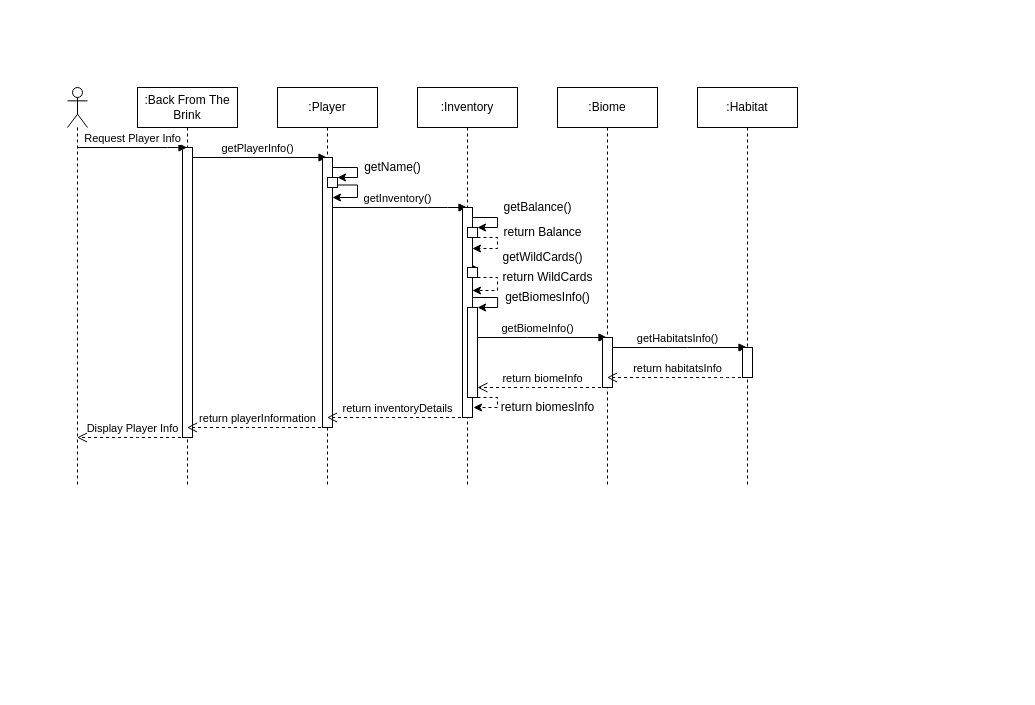
Before: Documentation/Sequence Diagrams/View Player Information SD (draft).drawio in cmcgarry5/csc2058-2021-g25, a draw.io diagram. Source tidied: cells renumbered, new cells numbered last; positions are measured from the earlier drawing's top-left corner, leaving out a move shared by most shapes. Both pictures are drawn from the tidied source at 100%, with x=0, y=0 at pixel (67, 87).
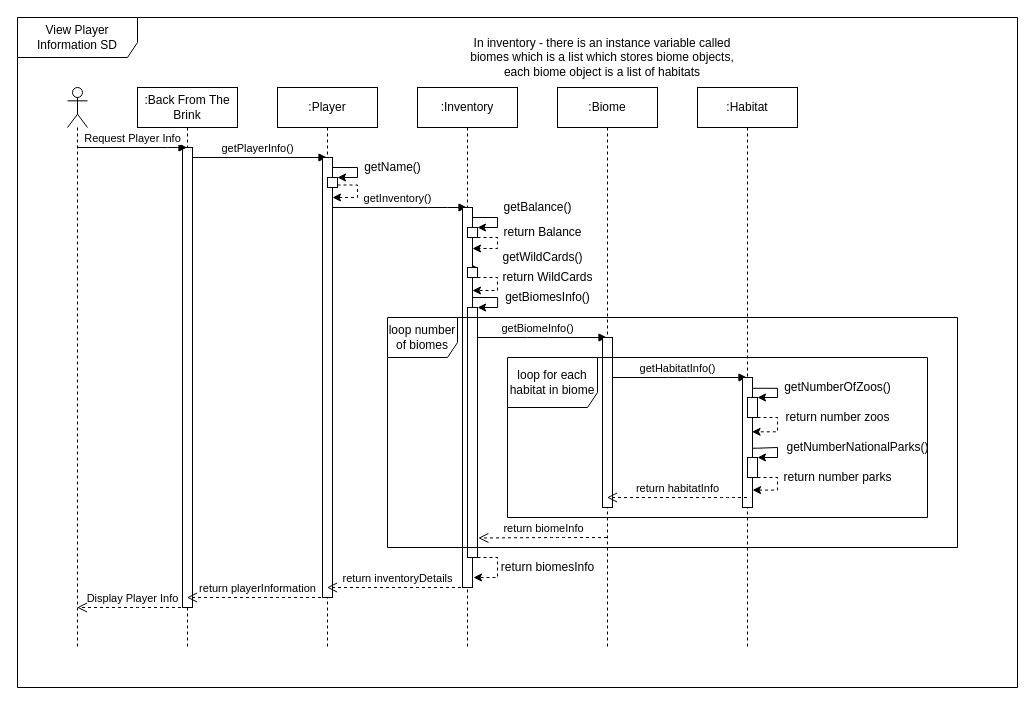
Above is the later version.

Unchanged cells that the change refers to:
```xml
<mxCell id="21" style="rounded=0;whiteSpace=wrap;html=1;" parent="1" vertex="1">
  <mxGeometry x="260" y="90" width="10" height="10" as="geometry" />
</mxCell>
```

Change to the diagram source:
```diff
@@
-    <mxCell id="4" value="getHabitatsInfo()" style="html=1;verticalAlign=bottom;endArrow=block;" parent="1" edge="1" source="32" target="34">
+    <mxCell id="4" value="getHabitatInfo()" style="html=1;verticalAlign=bottom;endArrow=block;" parent="1" edge="1" source="32" target="34">
       <mxGeometry relative="1" as="geometry">
         <Array as="points">
-          <mxPoint x="610" y="260" />
+          <mxPoint x="610" y="290" />
         </Array>
       </mxGeometry>
     </mxCell>
@@
     <mxCell id="8" style="shape=umlLifeline;participant=umlActor;perimeter=lifelinePerimeter;whiteSpace=wrap;html=1;verticalAlign=top;spacingTop=36;outlineConnect=0;" parent="1" vertex="1">
-      <mxGeometry width="20" height="400" as="geometry" />
+      <mxGeometry width="20" height="560" as="geometry" />
     </mxCell>
     <mxCell id="9" value=":Back From The Brink" style="shape=umlLifeline;perimeter=lifelinePerimeter;whiteSpace=wrap;html=1;outlineConnect=0;" parent="1" vertex="1">
-      <mxGeometry x="70" width="100" height="400" as="geometry" />
+      <mxGeometry x="70" width="100" height="560" as="geometry" />
     </mxCell>
     <mxCell id="10" style="rounded=0;whiteSpace=wrap;html=1;" parent="9" vertex="1">
-      <mxGeometry x="45" y="60" width="10" height="290" as="geometry" />
+      <mxGeometry x="45" y="60" width="10" height="460" as="geometry" />
     </mxCell>
     <mxCell id="11" value=":Player" style="shape=umlLifeline;perimeter=lifelinePerimeter;whiteSpace=wrap;html=1;outlineConnect=0;" parent="1" vertex="1">
-      <mxGeometry x="210" width="100" height="400" as="geometry" />
+      <mxGeometry x="210" width="100" height="560" as="geometry" />
     </mxCell>
     <mxCell id="12" style="rounded=0;whiteSpace=wrap;html=1;" parent="11" vertex="1">
-      <mxGeometry x="45" y="70" width="10" height="270" as="geometry" />
+      <mxGeometry x="45" y="70" width="10" height="440" as="geometry" />
     </mxCell>
     <mxCell id="13" value=":Inventory" style="shape=umlLifeline;perimeter=lifelinePerimeter;whiteSpace=wrap;html=1;outlineConnect=0;" parent="1" vertex="1">
-      <mxGeometry x="350" width="100" height="400" as="geometry" />
+      <mxGeometry x="350" width="100" height="560" as="geometry" />
     </mxCell>
     <mxCell id="14" style="rounded=0;whiteSpace=wrap;html=1;" parent="13" vertex="1">
-      <mxGeometry x="45" y="120" width="10" height="210" as="geometry" />
+      <mxGeometry x="45" y="120" width="10" height="380" as="geometry" />
     </mxCell>
@@
     <mxCell id="17" style="rounded=0;whiteSpace=wrap;html=1;" parent="13" vertex="1">
-      <mxGeometry x="50" y="220" width="10" height="90" as="geometry" />
+      <mxGeometry x="50" y="220" width="10" height="250" as="geometry" />
     </mxCell>
     <mxCell id="18" style="endArrow=classic;html=1;exitX=1;exitY=1;exitDx=0;exitDy=0;edgeStyle=orthogonalEdgeStyle;startArrow=none;startFill=0;rounded=0;dashed=1;" parent="13" edge="1" source="17">
       <mxGeometry relative="1" as="geometry">
-        <mxPoint x="56" y="320" as="targetPoint" />
+        <mxPoint x="56" y="490" as="targetPoint" />
         <Array as="points">
-          <mxPoint x="80" y="310" />
-          <mxPoint x="80" y="320" />
-          <mxPoint x="56" y="320" />
+          <mxPoint x="80" y="470" />
+          <mxPoint x="80" y="490" />
+          <mxPoint x="56" y="490" />
         </Array>
       </mxGeometry>
     </mxCell>
@@
-    <mxCell id="20" style="edgeStyle=orthogonalEdgeStyle;rounded=0;jettySize=auto;html=1;exitX=1;exitY=0.75;exitDx=0;exitDy=0;" parent="1" edge="1" source="21">
+    <mxCell id="20" style="edgeStyle=orthogonalEdgeStyle;rounded=0;jettySize=auto;html=1;exitX=1;exitY=0.75;exitDx=0;exitDy=0;dashed=1;" parent="1" edge="1" source="21">
       <mxGeometry relative="1" as="geometry">
         <mxPoint x="265" y="110" as="targetPoint" />
         <Array as="points">
           <mxPoint x="290" y="97" />
           <mxPoint x="290" y="110" />
         </Array>
       </mxGeometry>
     </mxCell>
@@
     <mxCell id="32" value=":Biome" style="shape=umlLifeline;perimeter=lifelinePerimeter;whiteSpace=wrap;html=1;outlineConnect=0;" parent="1" vertex="1">
-      <mxGeometry x="490" width="100" height="400" as="geometry" />
+      <mxGeometry x="490" width="100" height="560" as="geometry" />
     </mxCell>
     <mxCell id="33" style="rounded=0;whiteSpace=wrap;html=1;" parent="32" vertex="1">
-      <mxGeometry x="45" y="250" width="10" height="50" as="geometry" />
+      <mxGeometry x="45" y="250" width="10" height="170" as="geometry" />
     </mxCell>
     <mxCell id="34" value=":Habitat" style="shape=umlLifeline;perimeter=lifelinePerimeter;whiteSpace=wrap;html=1;outlineConnect=0;" parent="1" vertex="1">
-      <mxGeometry x="630" width="100" height="400" as="geometry" />
+      <mxGeometry x="630" width="100" height="560" as="geometry" />
     </mxCell>
+    <mxCell id="42" style="edgeStyle=orthogonalEdgeStyle;rounded=0;jettySize=auto;html=1;exitX=1.033;exitY=0.083;exitDx=0;exitDy=0;entryX=1;entryY=0;entryDx=0;entryDy=0;exitPerimeter=0;" parent="34" edge="1" source="35" target="44">
+      <mxGeometry relative="1" as="geometry">
+        <Array as="points">
+          <mxPoint x="80" y="301" />
+          <mxPoint x="80" y="310" />
+        </Array>
+      </mxGeometry>
+    </mxCell>
     <mxCell id="35" style="rounded=0;whiteSpace=wrap;html=1;" parent="34" vertex="1">
-      <mxGeometry x="45" y="260" width="10" height="30" as="geometry" />
+      <mxGeometry x="45" y="290" width="10" height="130" as="geometry" />
     </mxCell>
+    <mxCell id="43" style="edgeStyle=orthogonalEdgeStyle;rounded=0;jettySize=auto;html=1;exitX=1;exitY=1;exitDx=0;exitDy=0;entryX=0.957;entryY=0.418;entryDx=0;entryDy=0;entryPerimeter=0;dashed=1;" parent="34" edge="1" source="44" target="35">
+      <mxGeometry relative="1" as="geometry">
+        <Array as="points">
+          <mxPoint x="80" y="330" />
+          <mxPoint x="80" y="344" />
+          <mxPoint x="55" y="344" />
+        </Array>
+      </mxGeometry>
+    </mxCell>
+    <mxCell id="44" style="rounded=0;whiteSpace=wrap;html=1;" parent="34" vertex="1">
+      <mxGeometry x="50" y="310" width="10" height="20" as="geometry" />
+    </mxCell>
+    <mxCell id="45" style="edgeStyle=orthogonalEdgeStyle;rounded=0;jettySize=auto;html=1;exitX=1;exitY=1;exitDx=0;exitDy=0;dashed=1;entryX=1.008;entryY=0.866;entryDx=0;entryDy=0;entryPerimeter=0;" parent="34" edge="1" source="46" target="35">
+      <mxGeometry relative="1" as="geometry">
+        <Array as="points">
+          <mxPoint x="80" y="390" />
+          <mxPoint x="80" y="403" />
+          <mxPoint x="55" y="403" />
+        </Array>
+      </mxGeometry>
+    </mxCell>
+    <mxCell id="46" style="rounded=0;whiteSpace=wrap;html=1;" parent="34" vertex="1">
+      <mxGeometry x="50" y="370" width="10" height="20" as="geometry" />
+    </mxCell>
+    <mxCell id="47" style="edgeStyle=orthogonalEdgeStyle;rounded=0;jettySize=auto;html=1;entryX=1;entryY=0;entryDx=0;entryDy=0;exitX=1.04;exitY=0.544;exitDx=0;exitDy=0;exitPerimeter=0;" parent="34" edge="1" source="35" target="46">
+      <mxGeometry relative="1" as="geometry">
+        <Array as="points">
+          <mxPoint x="60" y="361" />
+          <mxPoint x="80" y="360" />
+          <mxPoint x="80" y="380" />
+        </Array>
+      </mxGeometry>
+    </mxCell>
-    <mxCell id="36" value="return habitatsInfo" style="html=1;verticalAlign=bottom;endArrow=open;dashed=1;endSize=8;" parent="1" edge="1" source="34" target="32">
+    <mxCell id="36" value="return habitatInfo" style="html=1;verticalAlign=bottom;endArrow=open;dashed=1;endSize=8;" parent="1" edge="1" source="34" target="32">
       <mxGeometry relative="1" as="geometry">
         <Array as="points">
-          <mxPoint x="660" y="290" />
+          <mxPoint x="660" y="410" />
+          <mxPoint x="600" y="410" />
         </Array>
       </mxGeometry>
     </mxCell>
-    <mxCell id="37" value="return biomeInfo" style="html=1;verticalAlign=bottom;endArrow=open;dashed=1;endSize=8;" parent="1" edge="1" source="32">
+    <mxCell id="37" value="return biomeInfo" style="html=1;verticalAlign=bottom;endArrow=open;dashed=1;endSize=8;entryX=1.083;entryY=0.922;entryDx=0;entryDy=0;entryPerimeter=0;" parent="1" edge="1" source="32" target="17">
       <mxGeometry relative="1" as="geometry">
-        <mxPoint x="410" y="300" as="targetPoint" />
         <Array as="points">
-          <mxPoint x="470" y="300" />
+          <mxPoint x="490" y="450" />
         </Array>
       </mxGeometry>
     </mxCell>
     <mxCell id="38" value="return biomesInfo" style="text;html=1;align=center;verticalAlign=middle;" parent="1" vertex="1">
-      <mxGeometry x="425" y="310" width="110" height="20" as="geometry" />
+      <mxGeometry x="425" y="470" width="110" height="20" as="geometry" />
     </mxCell>
     <mxCell id="39" value="return inventoryDetails" style="html=1;verticalAlign=bottom;endArrow=open;dashed=1;endSize=8;" parent="1" edge="1" source="13" target="11">
       <mxGeometry relative="1" as="geometry">
         <Array as="points">
-          <mxPoint x="330" y="330" />
+          <mxPoint x="340" y="500" />
         </Array>
       </mxGeometry>
     </mxCell>
     <mxCell id="40" value="return playerInformation" style="html=1;verticalAlign=bottom;endArrow=open;dashed=1;endSize=8;" parent="1" edge="1" source="11" target="9">
       <mxGeometry relative="1" as="geometry">
         <Array as="points">
-          <mxPoint x="190" y="340" />
+          <mxPoint x="200" y="510" />
         </Array>
       </mxGeometry>
     </mxCell>
     <mxCell id="41" value="Display Player Info" style="html=1;verticalAlign=bottom;endArrow=open;dashed=1;endSize=8;" parent="1" edge="1" source="9" target="8">
       <mxGeometry relative="1" as="geometry">
         <Array as="points">
-          <mxPoint x="60" y="350" />
+          <mxPoint x="60" y="520" />
         </Array>
       </mxGeometry>
     </mxCell>
+    <mxCell id="48" value="getNumberOfZoos()" style="text;html=1;align=center;verticalAlign=middle;" parent="1" vertex="1">
+      <mxGeometry x="710" y="290" width="120" height="20" as="geometry" />
+    </mxCell>
+    <mxCell id="49" value="return number zoos" style="text;html=1;align=center;verticalAlign=middle;" parent="1" vertex="1">
+      <mxGeometry x="710" y="320" width="120" height="20" as="geometry" />
+    </mxCell>
+    <mxCell id="50" value="getNumberNationalParks()" style="text;html=1;align=center;verticalAlign=middle;" parent="1" vertex="1">
+      <mxGeometry x="710" y="350" width="160" height="20" as="geometry" />
+    </mxCell>
+    <mxCell id="51" value="return number parks" style="text;html=1;align=center;verticalAlign=middle;" parent="1" vertex="1">
+      <mxGeometry x="710" y="380" width="120" height="20" as="geometry" />
+    </mxCell>
+    <mxCell id="52" value="loop for each habitat in biome" style="shape=umlFrame;whiteSpace=wrap;html=1;width=90;height=50;" parent="1" vertex="1">
+      <mxGeometry x="440" y="270" width="420" height="160" as="geometry" />
+    </mxCell>
+    <mxCell id="53" value="loop number of biomes" style="shape=umlFrame;whiteSpace=wrap;html=1;width=70;height=40;" parent="1" vertex="1">
+      <mxGeometry x="320" y="230" width="570" height="230" as="geometry" />
+    </mxCell>
+    <mxCell id="54" value="View Player Information SD" style="shape=umlFrame;whiteSpace=wrap;html=1;width=120;height=40;" parent="1" vertex="1">
+      <mxGeometry x="-50" y="-70" width="1000" height="670" as="geometry" />
+    </mxCell>
+    <mxCell id="55" value="In inventory - there is an instance variable called biomes which is a list which stores biome objects, each biome object is a list of habitats" style="text;html=1;strokeColor=none;fillColor=none;align=center;verticalAlign=middle;whiteSpace=wrap;rounded=0;" parent="1" vertex="1">
+      <mxGeometry x="390" y="-40" width="290" height="20" as="geometry" />
+    </mxCell>
```
